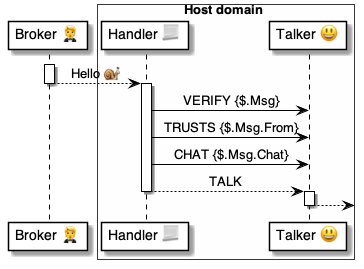
Earlier version of the PlantUML export 4 ⚙️ Solution/41 🎭 Domain Roles/Hosts 🤗/🤗📨 Host msgs/Hello 🤵🐌🤗/🤗 Hello ⚙️ uml.png (pollyweb-org/pollyweb-docs). Its source is kept beside it as 4 ⚙️ Solution/41 🎭 Domain Roles/Hosts 🤗/🤗📨 Host msgs/Hello 🤵🐌🤗/🤗 Hello ⚙️ uml.puml.
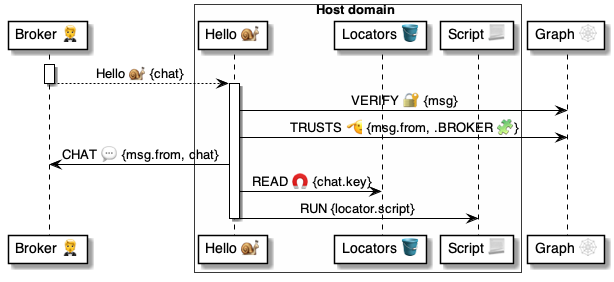
Later version of the same file.

Change to the diagram source:
```diff
@@ -1,25 +1,25 @@
 @startuml Hello@Host
 
 participant "Broker 🤵" as broker
+box Host domain #FFFFFA
+    participant "Hello 🐌" as handler
+    participant "Locators 🪣" as locators
+    participant "Script 📃" as script
+end box
+participant "Graph 🕸" as graph
 
-box Host domain #FFFFFA
-    participant "Handler 📃" as handler
-    participant "Talker 😃" as engine
-end box
 
 activate broker
-    broker --> handler: Hello 🐌
+    broker --> handler: Hello 🐌 {chat}
 deactivate broker
 
 activate handler
-    handler -> engine: VERIFY {$.Msg}
-    handler -> engine: TRUSTS {$.Msg.From}
-    handler -> engine: CHAT {$.Msg.Chat}
-    handler --> engine: TALK
+    handler -> graph: VERIFY 🔐 {msg}
+    handler -> graph: TRUSTS 🫡 {msg.from, .BROKER 🧩}
+    handler -> broker: CHAT 💬 {msg.from, chat}
+    handler -> locators: READ 🧲 {chat.key}
+    handler -> script: RUN {locator.script}
 deactivate handler
 
-activate engine
-    engine -->
-deactivate engine
 
 @enduml
```
